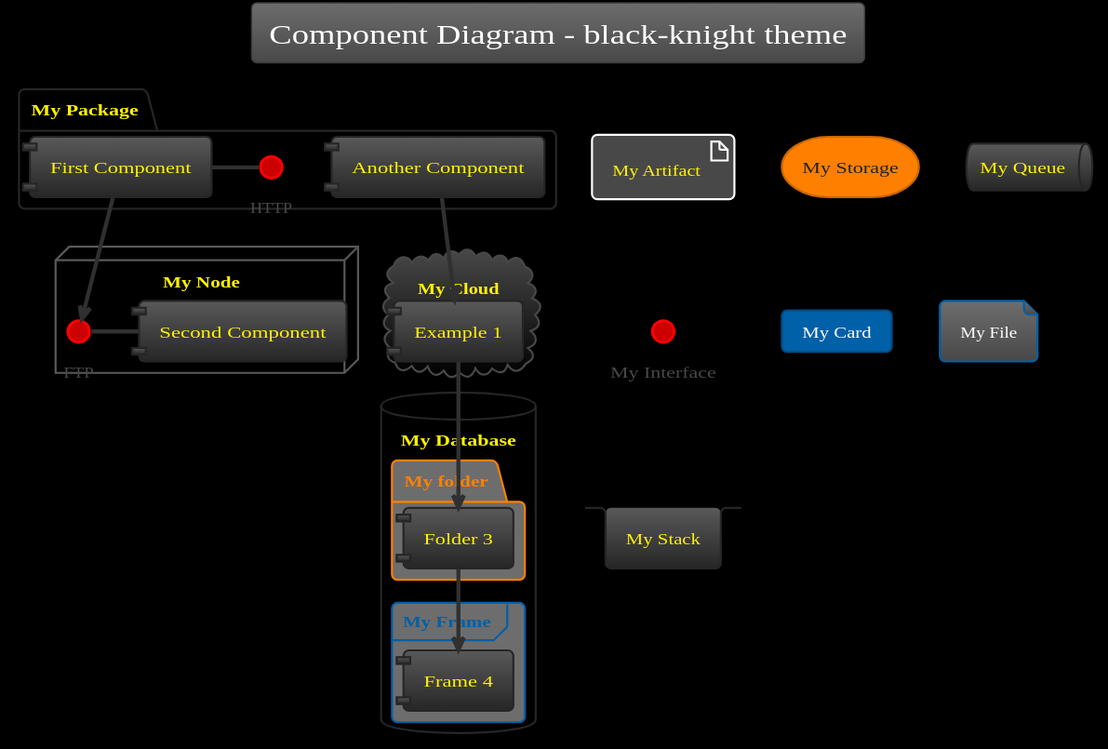
Earlier version of the PlantUML export themes/black-knight/component-ex.svg (bschwarz/puml-themes).
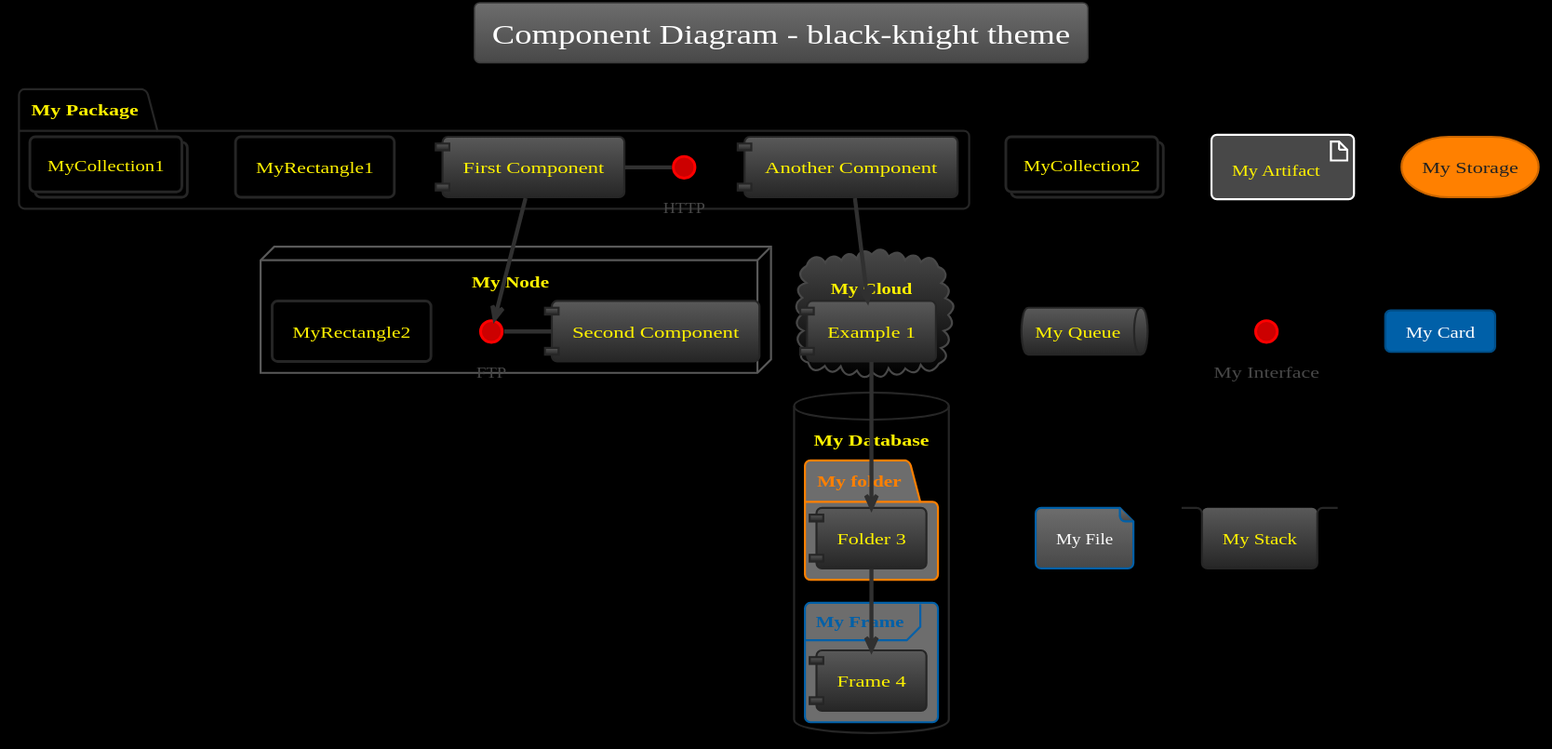
The same file after the commit.

What changed in the source:
```diff
@@ -55,6 +55,7 @@
 	FontColor #fff200
 }
 
+
 skinparam activity {
 		FontColor #fff200
 	BorderColor #262626
@@ -67,6 +68,7 @@
   	DiamondFontColor #fefefe
 }
 
+
 skinparam participant {
 		FontColor #fff200
 	BorderColor #262626
@@ -74,17 +76,20 @@
 	ParticipantBorderThickness 2
 }
 
+
 skinparam actor {
 		FontColor #fff200
 	BorderColor #262626
 	BackgroundColor #595959-#262626
 }
 
+
 skinparam arrow {
 	Thickness 3
 	Color #303030
 	FontColor $FGCOLOR
 }
+
 
 
 skinparam sequence {
@@ -114,11 +119,13 @@
 	ReferenceHeaderBackgroundColor #484848
 }
 
+
 skinparam partition {
 	BorderColor #303030
 	FontColor #595959
 	BackgroundColor black
 }
+
 
 skinparam collections {
 		FontColor #fff200
@@ -126,11 +133,13 @@
 	BackgroundColor #595959-#262626
 }
 
+
 skinparam control {
 		FontColor #fff200
 	BorderColor #262626
 	BackgroundColor #595959-#262626
 }
+
 
 skinparam entity {
 		FontColor #fff200
@@ -138,17 +147,20 @@
 	BackgroundColor #595959-#262626
 }
 
+
 skinparam boundary {
 		FontColor #fff200
 	BorderColor #262626
 	BackgroundColor #595959-#262626
 }
 
+
 skinparam agent {
 	BackgroundColor #ff8000
 	BorderColor #ff9933
 	FontColor #484848
 }
+
 
 skinparam note {
 	BorderThickness 1
@@ -157,11 +169,13 @@
 	FontColor $WHITE
 }
 
+
 skinparam artifact {
 	BackgroundColor #484848
 	BorderColor $DARK_DARK
 	FontColor #fff200
 }
+
 
 skinparam component {
 		FontColor #fff200
@@ -169,11 +183,13 @@
 	BackgroundColor #595959-#262626
 }
 
+
 skinparam interface {
 	BackgroundColor  #cc0000
 	BorderColor  #ff0000
 	FontColor #484848
 }
+
 
 skinparam storage {
 	BackgroundColor #ff8000
@@ -181,11 +197,13 @@
 	FontColor #222222
 }
 
+
 skinparam node {
 	BackgroundColor black
 	BorderColor #595959
 	FontColor #fff200
 }
+
 
 skinparam cloud {
 	BackgroundColor #484848-black
@@ -193,12 +211,14 @@
 	FontColor #fff200
 }
 
+
 skinparam database {
 		FontColor #fff200
 	BorderColor #262626
 	BackgroundColor #595959-#262626
 	BackgroundColor  black
 }
+
 
 skinparam class {
 		FontColor #fff200
@@ -211,6 +231,7 @@
 	AttributeFontSize 11
 }
 
+
 skinparam object {
 		FontColor #fff200
 	BorderColor #262626
@@ -221,6 +242,7 @@
 	AttributeFontSize 11
 }
 
+
 skinparam usecase {
 		FontColor #fff200
 	BorderColor #262626
@@ -228,6 +250,7 @@
 	BorderThickness 2
 	StereotypeFontColor #303030
 }
+
 
 skinparam rectangle {
 		FontColor #fff200
@@ -238,6 +261,7 @@
 	StereotypeFontColor #303030
 }
 
+
 skinparam package {
 		FontColor #fff200
 	BorderColor #262626
@@ -246,6 +270,7 @@
 	BorderThickness 2
 }
 
+
 skinparam folder {
 	BackgroundColor #6d6d6d
   	BorderColor #ff8000
@@ -253,12 +278,14 @@
 	BorderThickness 2
 }
 
+
 skinparam frame {
 	BackgroundColor #6d6d6d
   	BorderColor #0060a8
 	FontColor #0060a8
 	BorderThickness 2
 }
+
 
 skinparam state {
 		FontColor #fff200
@@ -270,11 +297,13 @@
 	AttributeFontSize 11
 }
 
+
 skinparam queue {
 		FontColor #fff200
 	BorderColor #262626
 	BackgroundColor #595959-#262626
 }
+
 
 skinparam card {
 	BackgroundColor #0060a8
@@ -282,11 +311,13 @@
 	FontColor $INFO_TEXT
 }
 
+
 skinparam file {
 	BackgroundColor #6d6d6d-#484848
 	BorderColor #0060a8
 	FontColor #fefefe
 }
+
 
 skinparam stack {
 		FontColor #fff200
@@ -301,17 +332,21 @@
 package "My Package" {
   HTTP - [First Component]
   [Another Component]
+  rectangle MyRectangle1
+  collections MyCollection1
 }
 
 node "My Node" {
   FTP - [Second Component]
   [First Component] --> FTP
+  rectangle MyRectangle2
 }
 
 cloud "My Cloud" {
   [Example 1]
 }
 
+collections MyCollection2
 
 database "My Database" {
   folder "My folder" {
```
